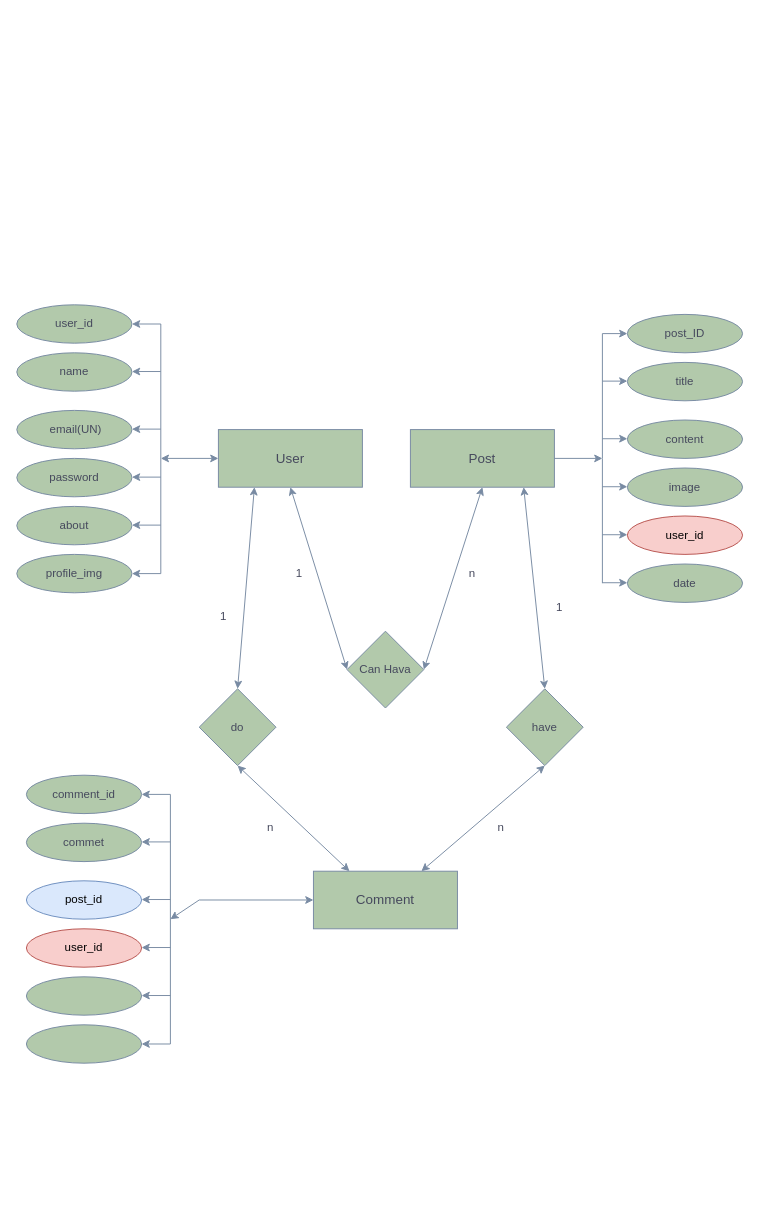
Earlier version of the draw.io diagram BlogWala Details/Untitled Diagram.drawio (iamsatyamyadav/Blogwala). Source tidied: cells renumbered, new cells numbered last; positions are measured from the earlier drawing's top-left corner, leaving out a move shared by most shapes. Both pictures are drawn from the tidied source at 96%, with x=0, y=0 at pixel (16, 304).
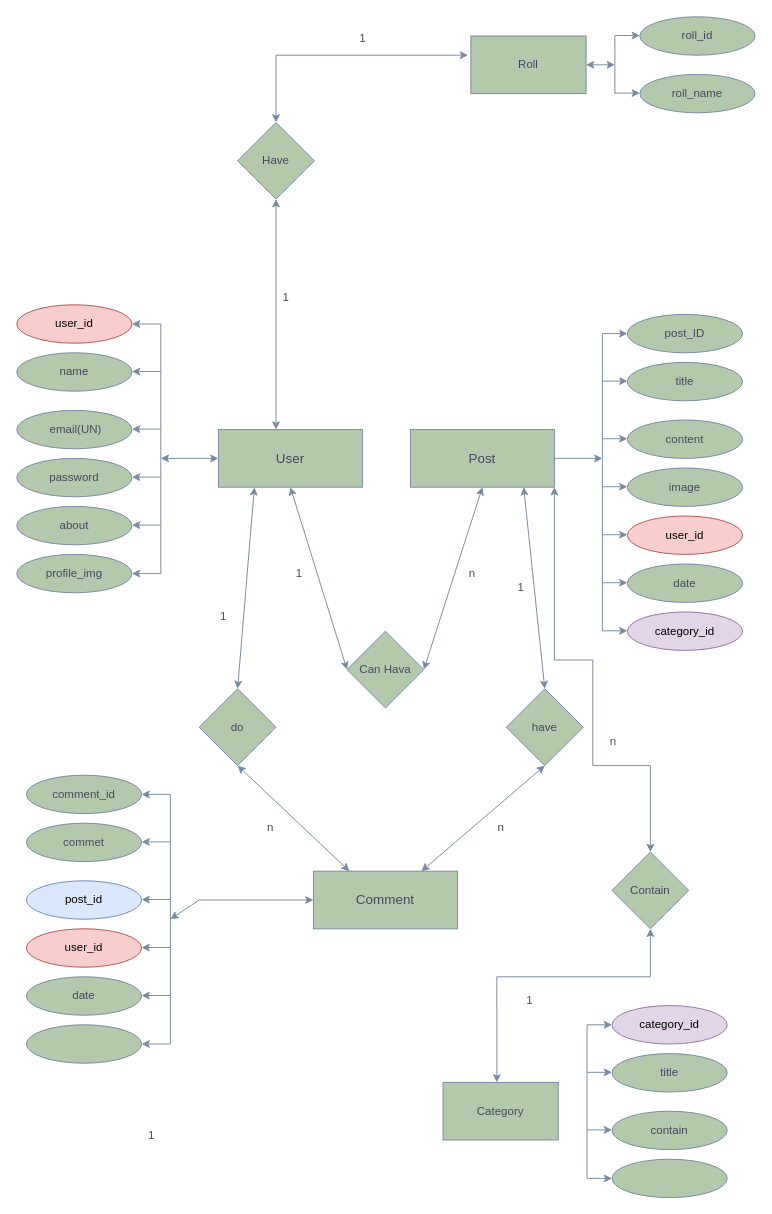
Above is the later version.

Unchanged cells that the change refers to:
```xml
<mxCell id="16" value="&lt;font style=&quot;font-size: 14px;&quot;&gt;User&lt;/font&gt;" style="rounded=0;whiteSpace=wrap;html=1;labelBackgroundColor=none;fillColor=#B2C9AB;strokeColor=#788AA3;fontColor=#46495D;" parent="1" vertex="1">
  <mxGeometry x="210" y="130" width="150" height="60" as="geometry" />
</mxCell>
<mxCell id="24" value="&lt;span style=&quot;font-size: 14px;&quot;&gt;Post&lt;/span&gt;" style="rounded=0;whiteSpace=wrap;html=1;labelBackgroundColor=none;fillColor=#B2C9AB;strokeColor=#788AA3;fontColor=#46495D;" parent="1" vertex="1">
  <mxGeometry x="410" y="130" width="150" height="60" as="geometry" />
</mxCell>
```

What changed in the source:
```diff
@@
-    <mxCell id="2" value="user_id" style="ellipse;whiteSpace=wrap;html=1;rounded=0;labelBackgroundColor=none;fillColor=#B2C9AB;strokeColor=#788AA3;fontColor=#46495D;" parent="1" vertex="1">
+    <mxCell id="2" value="user_id" style="ellipse;whiteSpace=wrap;html=1;rounded=0;labelBackgroundColor=none;fillColor=#f8cecc;strokeColor=#b85450;" parent="1" vertex="1">
       <mxGeometry width="120" height="40" as="geometry" />
     </mxCell>
@@
     <mxCell id="23" style="endArrow=none;html=1;rounded=0;labelBackgroundColor=none;strokeColor=#788AA3;fontColor=default;" parent="1" edge="1">
       <mxGeometry relative="1" as="geometry">
-        <mxPoint x="610" y="290" as="sourcePoint" />
+        <mxPoint x="610" y="340" as="sourcePoint" />
         <mxPoint x="610" y="30" as="targetPoint" />
         <Array as="points">
           <mxPoint x="610" y="160" />
         </Array>
       </mxGeometry>
     </mxCell>
@@
-    <mxCell id="41" style="ellipse;whiteSpace=wrap;html=1;rounded=0;labelBackgroundColor=none;fillColor=#B2C9AB;strokeColor=#788AA3;fontColor=#46495D;" parent="1" vertex="1">
+    <mxCell id="41" value="date" style="ellipse;whiteSpace=wrap;html=1;rounded=0;labelBackgroundColor=none;fillColor=#B2C9AB;strokeColor=#788AA3;fontColor=#46495D;" parent="1" vertex="1">
       <mxGeometry x="10" y="700" width="120" height="40" as="geometry" />
     </mxCell>
@@
     <mxCell id="60" value="1" style="text;html=1;align=center;verticalAlign=middle;strokeColor=none;fillColor=none;fontColor=#46495D;" parent="1" vertex="1">
-      <mxGeometry x="550" y="300" width="30" height="30" as="geometry" />
+      <mxGeometry x="510" y="280" width="30" height="30" as="geometry" />
     </mxCell>
@@
+    <mxCell id="62" value="Category" style="rounded=0;whiteSpace=wrap;html=1;strokeColor=#788AA3;fontColor=#46495D;fillColor=#B2C9AB;" parent="1" vertex="1">
+      <mxGeometry x="444" y="810" width="120" height="60" as="geometry" />
+    </mxCell>
+    <mxCell id="63" value="title" style="ellipse;whiteSpace=wrap;html=1;rounded=0;labelBackgroundColor=none;fillColor=#B2C9AB;strokeColor=#788AA3;fontColor=#46495D;" parent="1" vertex="1">
+      <mxGeometry x="620" y="780" width="120" height="40" as="geometry" />
+    </mxCell>
+    <mxCell id="64" value="contain" style="ellipse;whiteSpace=wrap;html=1;rounded=0;labelBackgroundColor=none;fillColor=#B2C9AB;strokeColor=#788AA3;fontColor=#46495D;" parent="1" vertex="1">
+      <mxGeometry x="620" y="840" width="120" height="40" as="geometry" />
+    </mxCell>
+    <mxCell id="65" style="ellipse;whiteSpace=wrap;html=1;rounded=0;labelBackgroundColor=none;fillColor=#B2C9AB;strokeColor=#788AA3;fontColor=#46495D;" parent="1" vertex="1">
+      <mxGeometry x="620" y="890" width="120" height="40" as="geometry" />
+    </mxCell>
+    <mxCell id="66" style="endArrow=none;html=1;rounded=0;labelBackgroundColor=none;strokeColor=#788AA3;fontColor=default;" parent="1" edge="1">
+      <mxGeometry relative="1" as="geometry">
+        <mxPoint x="594" y="910" as="sourcePoint" />
+        <mxPoint x="594" y="750" as="targetPoint" />
+        <Array as="points">
+          <mxPoint x="594" y="880" />
+        </Array>
+      </mxGeometry>
+    </mxCell>
+    <mxCell id="67" style="endArrow=classic;html=1;rounded=0;labelBackgroundColor=none;strokeColor=#788AA3;fontColor=default;" parent="1" edge="1">
+      <mxGeometry relative="1" as="geometry">
+        <mxPoint x="594" y="750" as="sourcePoint" />
+        <mxPoint x="620" y="750" as="targetPoint" />
+      </mxGeometry>
+    </mxCell>
+    <mxCell id="68" style="endArrow=classic;html=1;rounded=0;labelBackgroundColor=none;strokeColor=#788AA3;fontColor=default;" parent="1" edge="1">
+      <mxGeometry relative="1" as="geometry">
+        <mxPoint x="594" y="799.5" as="sourcePoint" />
+        <mxPoint x="620" y="799.5" as="targetPoint" />
+      </mxGeometry>
+    </mxCell>
+    <mxCell id="69" style="endArrow=classic;html=1;rounded=0;labelBackgroundColor=none;strokeColor=#788AA3;fontColor=default;" parent="1" edge="1">
+      <mxGeometry relative="1" as="geometry">
+        <mxPoint x="594" y="859.5" as="sourcePoint" />
+        <mxPoint x="620" y="859.5" as="targetPoint" />
+      </mxGeometry>
+    </mxCell>
+    <mxCell id="70" style="endArrow=classic;html=1;rounded=0;labelBackgroundColor=none;strokeColor=#788AA3;fontColor=default;" parent="1" edge="1">
+      <mxGeometry relative="1" as="geometry">
+        <mxPoint x="594" y="910" as="sourcePoint" />
+        <mxPoint x="620" y="910" as="targetPoint" />
+      </mxGeometry>
+    </mxCell>
+    <mxCell id="71" value="category_id" style="ellipse;whiteSpace=wrap;html=1;rounded=0;labelBackgroundColor=none;fillColor=#e1d5e7;strokeColor=#9673a6;" parent="1" vertex="1">
+      <mxGeometry x="636" y="320" width="120" height="40" as="geometry" />
+    </mxCell>
+    <mxCell id="72" value="category_id" style="ellipse;whiteSpace=wrap;html=1;rounded=0;labelBackgroundColor=none;fillColor=#e1d5e7;strokeColor=#9673a6;" parent="1" vertex="1">
+      <mxGeometry x="620" y="730" width="120" height="40" as="geometry" />
+    </mxCell>
+    <mxCell id="73" style="endArrow=classic;html=1;rounded=0;labelBackgroundColor=none;strokeColor=#788AA3;fontColor=default;" parent="1" edge="1">
+      <mxGeometry relative="1" as="geometry">
+        <mxPoint x="610" y="339.6" as="sourcePoint" />
+        <mxPoint x="636" y="339.6" as="targetPoint" />
+      </mxGeometry>
+    </mxCell>
+    <mxCell id="74" value="Contain" style="rhombus;whiteSpace=wrap;html=1;strokeColor=#788AA3;fontColor=#46495D;fillColor=#B2C9AB;" parent="1" vertex="1">
+      <mxGeometry x="620" y="570" width="80" height="80" as="geometry" />
+    </mxCell>
+    <mxCell id="75" style="endArrow=classic;startArrow=classic;html=1;rounded=0;strokeColor=#788AA3;fontColor=#46495D;fillColor=#B2C9AB;entryX=0.5;entryY=1;entryDx=0;entryDy=0;exitX=0.467;exitY=0;exitDx=0;exitDy=0;exitPerimeter=0;" parent="1" edge="1" source="62" target="74">
+      <mxGeometry relative="1" as="geometry">
+        <Array as="points">
+          <mxPoint x="500" y="700" />
+          <mxPoint x="660" y="700" />
+        </Array>
+      </mxGeometry>
+    </mxCell>
+    <mxCell id="76" value="n" style="text;html=1;align=center;verticalAlign=middle;strokeColor=none;fillColor=none;fontColor=#46495D;" parent="1" vertex="1">
+      <mxGeometry x="606" y="440" width="30" height="30" as="geometry" />
+    </mxCell>
+    <mxCell id="77" value="1" style="text;html=1;align=center;verticalAlign=middle;strokeColor=none;fillColor=none;fontColor=#46495D;" parent="1" vertex="1">
+      <mxGeometry x="519" y="710" width="30" height="30" as="geometry" />
+    </mxCell>
+    <mxCell id="78" style="endArrow=classic;startArrow=classic;html=1;rounded=0;strokeColor=#788AA3;fontColor=#46495D;fillColor=#B2C9AB;exitX=0.5;exitY=0;exitDx=0;exitDy=0;entryX=1;entryY=1;entryDx=0;entryDy=0;" parent="1" edge="1" source="74" target="24">
+      <mxGeometry relative="1" as="geometry">
+        <Array as="points">
+          <mxPoint x="660" y="480" />
+          <mxPoint x="600" y="480" />
+          <mxPoint x="600" y="370" />
+          <mxPoint x="560" y="370" />
+        </Array>
+      </mxGeometry>
+    </mxCell>
+    <mxCell id="79" value="1" style="text;html=1;align=center;verticalAlign=middle;strokeColor=none;fillColor=none;fontColor=#46495D;" parent="1" vertex="1">
+      <mxGeometry x="125" y="850" width="30" height="30" as="geometry" />
+    </mxCell>
+    <mxCell id="80" value="Roll" style="rounded=0;whiteSpace=wrap;html=1;strokeColor=#788AA3;fontColor=#46495D;fillColor=#B2C9AB;" parent="1" vertex="1">
+      <mxGeometry x="473" y="-280" width="120" height="60" as="geometry" />
+    </mxCell>
+    <mxCell id="81" value="roll_id" style="ellipse;whiteSpace=wrap;html=1;rounded=0;labelBackgroundColor=none;fillColor=#B2C9AB;strokeColor=#788AA3;fontColor=#46495D;" parent="1" vertex="1">
+      <mxGeometry x="649" y="-300" width="120" height="40" as="geometry" />
+    </mxCell>
+    <mxCell id="82" value="roll_name" style="ellipse;whiteSpace=wrap;html=1;rounded=0;labelBackgroundColor=none;fillColor=#B2C9AB;strokeColor=#788AA3;fontColor=#46495D;" parent="1" vertex="1">
+      <mxGeometry x="649" y="-240" width="120" height="40" as="geometry" />
+    </mxCell>
+    <mxCell id="83" style="endArrow=none;html=1;rounded=0;labelBackgroundColor=none;strokeColor=#788AA3;fontColor=default;" parent="1" edge="1">
+      <mxGeometry relative="1" as="geometry">
+        <mxPoint x="623" y="-220" as="sourcePoint" />
+        <mxPoint x="623" y="-280" as="targetPoint" />
+      </mxGeometry>
+    </mxCell>
+    <mxCell id="84" style="endArrow=classic;html=1;rounded=0;labelBackgroundColor=none;strokeColor=#788AA3;fontColor=default;" parent="1" edge="1">
+      <mxGeometry relative="1" as="geometry">
+        <mxPoint x="623" y="-280.5" as="sourcePoint" />
+        <mxPoint x="649" y="-280.5" as="targetPoint" />
+      </mxGeometry>
+    </mxCell>
+    <mxCell id="85" style="endArrow=classic;html=1;rounded=0;labelBackgroundColor=none;strokeColor=#788AA3;fontColor=default;" parent="1" edge="1">
+      <mxGeometry relative="1" as="geometry">
+        <mxPoint x="623" y="-220.5" as="sourcePoint" />
+        <mxPoint x="649" y="-220.5" as="targetPoint" />
+      </mxGeometry>
+    </mxCell>
+    <mxCell id="86" style="endArrow=classic;startArrow=classic;html=1;rounded=0;strokeColor=#788AA3;fontColor=#46495D;fillColor=#B2C9AB;exitX=1;exitY=0.5;exitDx=0;exitDy=0;" parent="1" edge="1" source="80">
+      <mxGeometry relative="1" as="geometry">
+        <mxPoint x="623" y="-250" as="targetPoint" />
+      </mxGeometry>
+    </mxCell>
+    <mxCell id="87" value="Have" style="rhombus;whiteSpace=wrap;html=1;strokeColor=#788AA3;fontColor=#46495D;fillColor=#B2C9AB;" parent="1" vertex="1">
+      <mxGeometry x="230" y="-190" width="80" height="80" as="geometry" />
+    </mxCell>
+    <mxCell id="88" style="endArrow=classic;startArrow=classic;html=1;rounded=0;strokeColor=#788AA3;fontColor=#46495D;fillColor=#B2C9AB;entryX=0.5;entryY=1;entryDx=0;entryDy=0;exitX=0.4;exitY=0;exitDx=0;exitDy=0;exitPerimeter=0;" parent="1" edge="1" source="16" target="87">
+      <mxGeometry relative="1" as="geometry" />
+    </mxCell>
+    <mxCell id="89" style="endArrow=classic;startArrow=classic;html=1;rounded=0;strokeColor=#788AA3;fontColor=#46495D;fillColor=#B2C9AB;" parent="1" edge="1">
+      <mxGeometry relative="1" as="geometry">
+        <mxPoint x="270" y="-190" as="sourcePoint" />
+        <mxPoint x="470" y="-260" as="targetPoint" />
+        <Array as="points">
+          <mxPoint x="270" y="-260" />
+        </Array>
+      </mxGeometry>
+    </mxCell>
+    <mxCell id="90" value="1" style="text;html=1;align=center;verticalAlign=middle;strokeColor=none;fillColor=none;fontColor=#46495D;" parent="1" vertex="1">
+      <mxGeometry x="345" y="-292" width="30" height="30" as="geometry" />
+    </mxCell>
+    <mxCell id="91" value="1" style="text;html=1;align=center;verticalAlign=middle;strokeColor=none;fillColor=none;fontColor=#46495D;" parent="1" vertex="1">
+      <mxGeometry x="265" y="-22" width="30" height="30" as="geometry" />
+    </mxCell>
```
